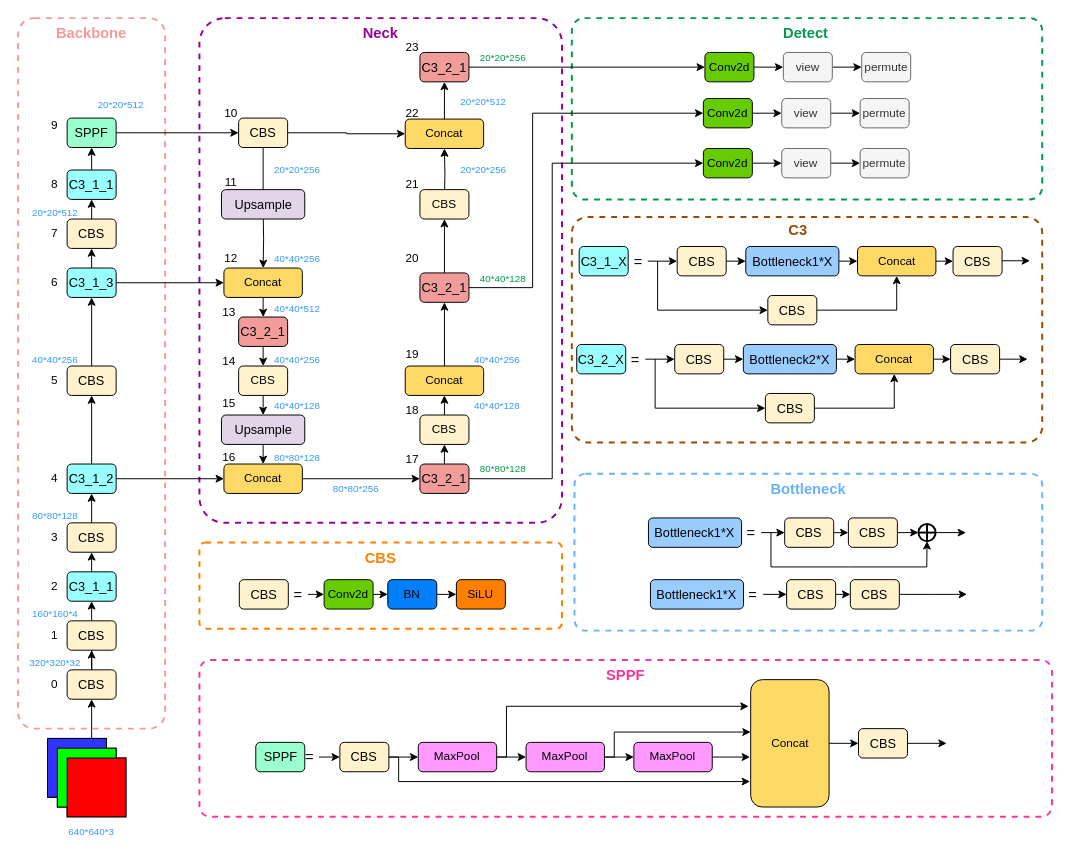
The draw.io diagram yolov56.0.drawio in HaoyuScut/PaddleOCR, before the edit. Source tidied: cells renumbered, new cells numbered last; positions are measured from the earlier drawing's top-left corner, leaving out a move shared by most shapes. Both pictures are drawn from the tidied source at 98%, with x=0, y=0 at pixel (18, 18).
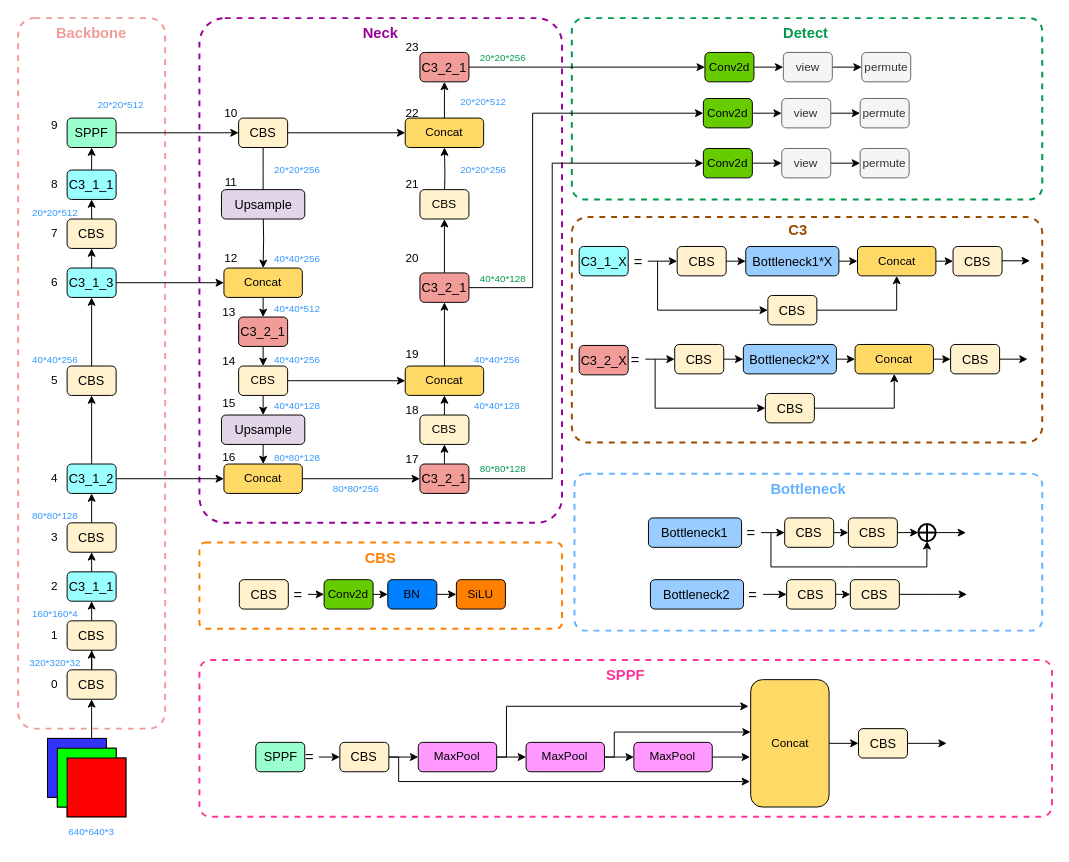
After the change.

The change refers to these unchanged cells:
```xml
<mxCell id="29" value="CBS" style="rounded=1;whiteSpace=wrap;html=1;fillColor=#fff2cc;strokeColor=#000000;" parent="1" vertex="1">
  <mxGeometry x="225" y="355" width="50" height="30" as="geometry" />
</mxCell>
<mxCell id="98" value="Concat" style="rounded=1;whiteSpace=wrap;html=1;fillColor=#FFD966;strokeColor=#000000;" parent="1" vertex="1">
  <mxGeometry x="395" y="355" width="80" height="30" as="geometry" />
</mxCell>
```

What changed in the source:
```diff
@@
+    <mxCell id="207" style="edgeStyle=orthogonalEdgeStyle;rounded=0;jettySize=auto;html=1;exitX=1;exitY=0.5;exitDx=0;exitDy=0;entryX=0;entryY=0.5;entryDx=0;entryDy=0;fontFamily=Helvetica;fontSize=18;strokeWidth=1;" parent="1" edge="1" source="29" target="98">
+      <mxGeometry relative="1" as="geometry" />
+    </mxCell>
@@
     <mxCell id="93" value="Concat" style="rounded=1;whiteSpace=wrap;html=1;fillColor=#FFD966;strokeColor=#000000;" parent="1" vertex="1">
-      <mxGeometry x="395" y="103" width="80" height="30" as="geometry" />
+      <mxGeometry x="395" y="102" width="80" height="30" as="geometry" />
     </mxCell>
@@
-    <mxCell id="154" value="C3_2_X" style="rounded=1;whiteSpace=wrap;html=1;fillColor=#99FFFF;strokeColor=#000000;fontSize=13;" parent="1" vertex="1">
-      <mxGeometry x="570" y="333" width="50" height="30" as="geometry" />
-    </mxCell>
@@
-    <mxCell id="169" value="Bottleneck1*X" style="rounded=1;whiteSpace=wrap;html=1;fillColor=#99CCFF;strokeColor=#000000;fontSize=13;" parent="1" vertex="1">
+    <mxCell id="169" value="Bottleneck1" style="rounded=1;whiteSpace=wrap;html=1;fillColor=#99CCFF;strokeColor=#000000;fontSize=13;" parent="1" vertex="1">
       <mxGeometry x="643.2" y="510" width="95" height="30" as="geometry" />
     </mxCell>
@@
-    <mxCell id="179" value="Bottleneck1*X" style="rounded=1;whiteSpace=wrap;html=1;fillColor=#99CCFF;strokeColor=#000000;fontSize=13;" parent="1" vertex="1">
+    <mxCell id="179" value="Bottleneck2" style="rounded=1;whiteSpace=wrap;html=1;fillColor=#99CCFF;strokeColor=#000000;fontSize=13;" parent="1" vertex="1">
       <mxGeometry x="645.2" y="573" width="95" height="30" as="geometry" />
     </mxCell>
@@
+    <mxCell id="154" value="C3_2_X" style="rounded=1;whiteSpace=wrap;html=1;fillColor=#F19C99;strokeColor=#000000;fontSize=13;" parent="1" vertex="1">
+      <mxGeometry x="572.5" y="334" width="50" height="30" as="geometry" />
+    </mxCell>
```
